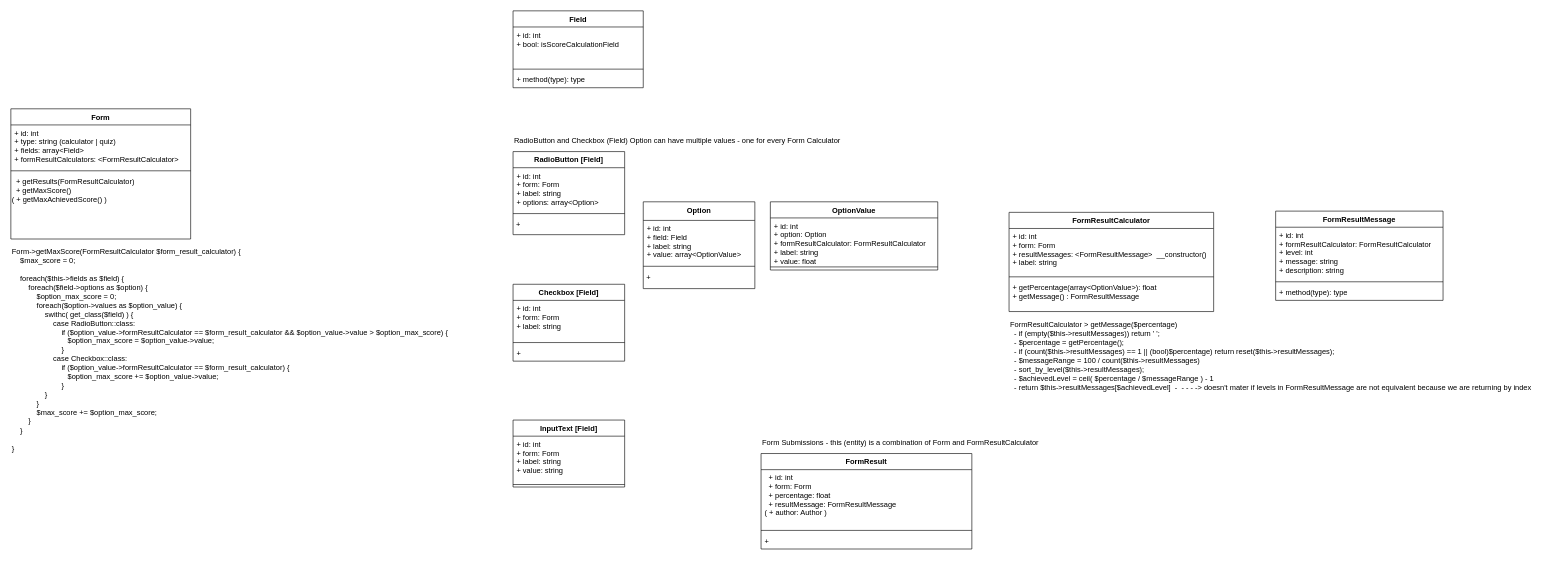
lucky-number-slevin/wordpress-simple-forms keeps this draw.io diagram as simple_forms.drawio. Above is the earlier version. Source tidied: cells renumbered, new cells numbered last; positions are measured from the earlier drawing's top-left corner, leaving out a move shared by most shapes. Both pictures are drawn from the tidied source at 62%, with x=0, y=0 at pixel (11, 11).
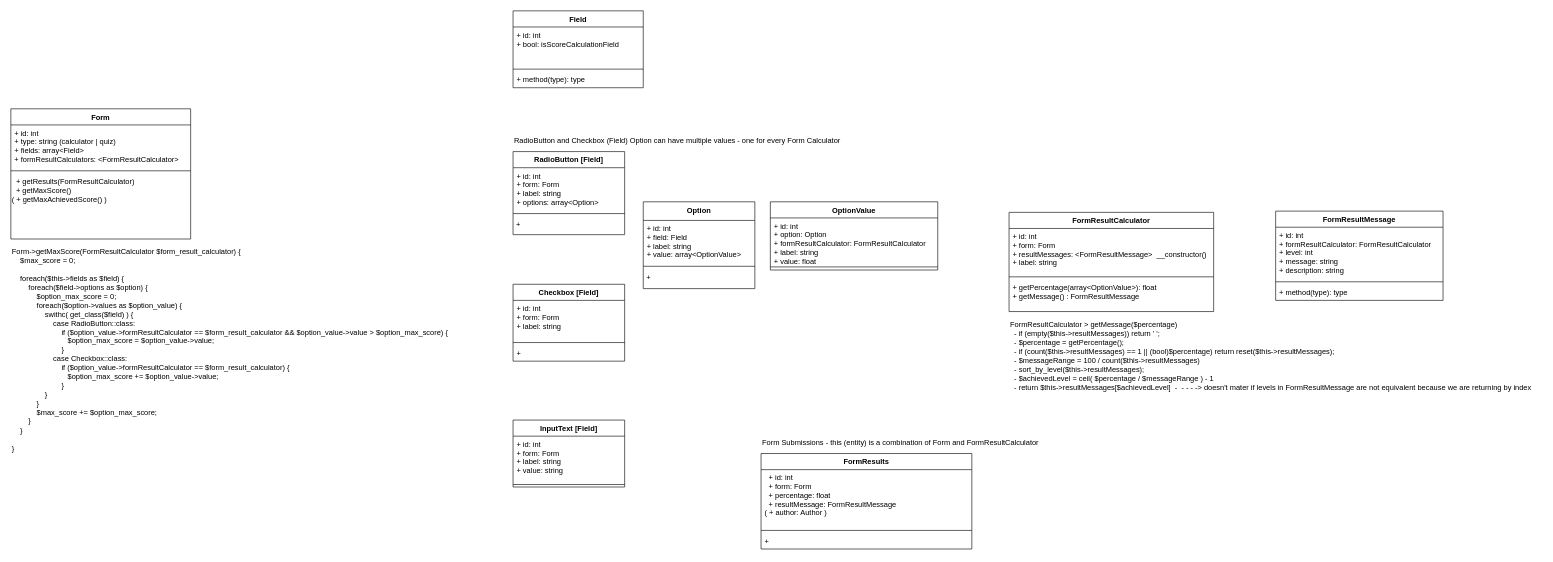
After the change.

What changed in the source:
```diff
@@
-    <mxCell id="34" value="FormResult" style="swimlane;fontStyle=1;align=center;verticalAlign=top;horizontal=1;startSize=26;" parent="1" vertex="1">
+    <mxCell id="34" value="FormResults" style="swimlane;fontStyle=1;align=center;verticalAlign=top;horizontal=1;startSize=26;" parent="1" vertex="1">
       <mxGeometry x="1210" y="714" width="340" height="154" as="geometry" />
     </mxCell>
```
